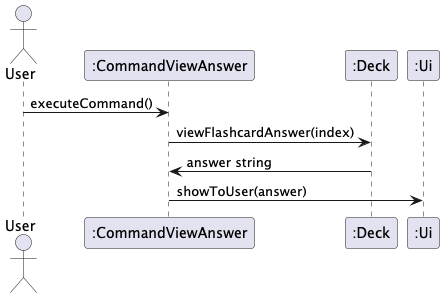
This is docs/images/ViewAnsSeqDiagram.png from felfelyuen/tp, a PlantUML export, as it was before one commit.
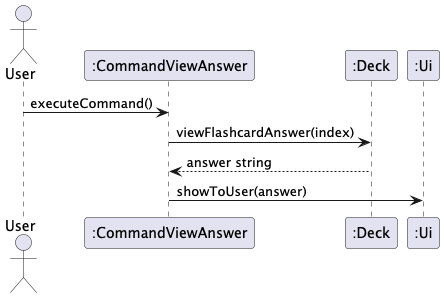
The same diagram one commit later.

Diff of the diagram source:
```diff
@@ -5,6 +5,6 @@
 participant ":Ui" as Ui
 User -> CommandViewAnswer : executeCommand()
 CommandViewAnswer -> Deck : viewFlashcardAnswer(index)
-Deck -> CommandViewAnswer : answer string
+Deck --> CommandViewAnswer : answer string
 CommandViewAnswer -> Ui : showToUser(answer)
 @enduml
```
